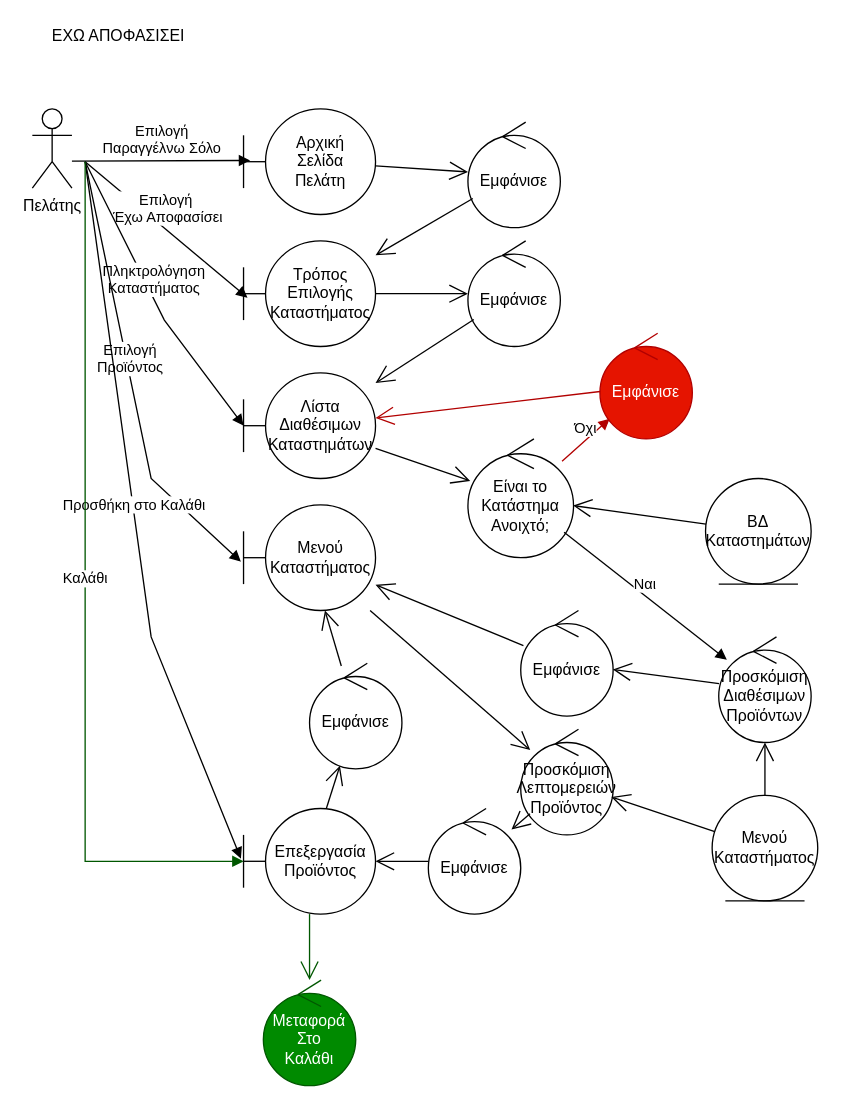
Before: docs/contributions/itsikelis/Phase 3/Robustness Diagrams v0.1/user-solo-decided.drawio in iloudaros/nomnomr, a draw.io diagram. Source tidied: cells renumbered, new cells numbered last; positions are measured from the earlier drawing's top-left corner, leaving out a move shared by most shapes. Both pictures are drawn from the tidied source at 132%, with x=0, y=0 at pixel (32, 22).
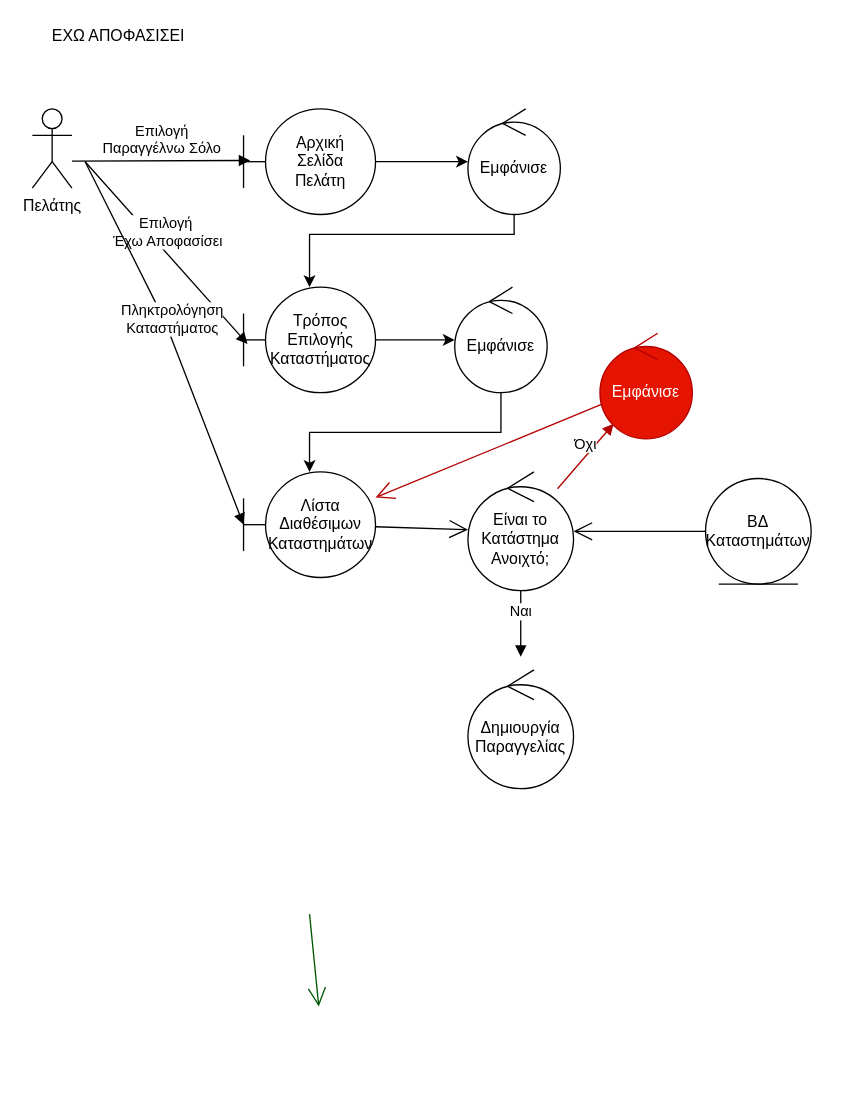
After the change.

Unchanged cells that the change refers to:
```xml
<mxCell id="3" value="Αρχική&lt;br&gt;Σελίδα&lt;br&gt;Πελάτη" style="shape=umlBoundary;whiteSpace=wrap;html=1;" parent="1" vertex="1">
  <mxGeometry x="160" y="65" width="100" height="80" as="geometry" />
</mxCell>
```

What changed in the source:
```diff
@@
+    <mxCell id="46" style="edgeStyle=orthogonalEdgeStyle;rounded=0;jettySize=auto;html=1;" parent="1" edge="1" source="3" target="48">
+      <mxGeometry relative="1" as="geometry" />
+    </mxCell>
@@
-    <mxCell id="5" value="Εμφάνισε" style="ellipse;shape=umlControl;whiteSpace=wrap;html=1;" parent="1" vertex="1">
-      <mxGeometry x="330" y="75" width="70" height="80" as="geometry" />
-    </mxCell>
+    <mxCell id="47" style="edgeStyle=orthogonalEdgeStyle;rounded=0;jettySize=auto;html=1;" parent="1" edge="1" source="48" target="6">
+      <mxGeometry relative="1" as="geometry">
+        <Array as="points">
+          <mxPoint x="365" y="160" />
+          <mxPoint x="210" y="160" />
+        </Array>
+      </mxGeometry>
+    </mxCell>
+    <mxCell id="48" value="Εμφάνισε" style="ellipse;shape=umlControl;whiteSpace=wrap;html=1;" parent="1" vertex="1">
+      <mxGeometry x="330" y="65" width="70" height="80" as="geometry" />
+    </mxCell>
+    <mxCell id="49" style="edgeStyle=orthogonalEdgeStyle;rounded=0;jettySize=auto;html=1;" parent="1" edge="1" source="6" target="51">
+      <mxGeometry relative="1" as="geometry" />
+    </mxCell>
     <mxCell id="6" value="Τρόπος&lt;br&gt;Επιλογής&lt;br&gt;Καταστήματος" style="shape=umlBoundary;whiteSpace=wrap;html=1;" parent="1" vertex="1">
-      <mxGeometry x="160" y="165" width="100" height="80" as="geometry" />
+      <mxGeometry x="160" y="200" width="100" height="80" as="geometry" />
     </mxCell>
-    <mxCell id="7" style="endArrow=open;endFill=1;endSize=12;html=1;rounded=0;" parent="1" edge="1" source="3" target="5">
-      <mxGeometry relative="1" as="geometry" />
-    </mxCell>
-    <mxCell id="8" style="endArrow=open;endFill=1;endSize=12;html=1;rounded=0;" parent="1" edge="1" source="5" target="6">
-      <mxGeometry relative="1" as="geometry" />
-    </mxCell>
@@
-    <mxCell id="10" value="Εμφάνισε" style="ellipse;shape=umlControl;whiteSpace=wrap;html=1;" parent="1" vertex="1">
-      <mxGeometry x="330" y="165" width="70" height="80" as="geometry" />
-    </mxCell>
+    <mxCell id="50" style="edgeStyle=orthogonalEdgeStyle;rounded=0;jettySize=auto;html=1;" parent="1" edge="1" source="51" target="11">
+      <mxGeometry relative="1" as="geometry">
+        <Array as="points">
+          <mxPoint x="355" y="310" />
+          <mxPoint x="210" y="310" />
+        </Array>
+      </mxGeometry>
+    </mxCell>
+    <mxCell id="51" value="Εμφάνισε" style="ellipse;shape=umlControl;whiteSpace=wrap;html=1;" parent="1" vertex="1">
+      <mxGeometry x="320" y="200" width="70" height="80" as="geometry" />
+    </mxCell>
     <mxCell id="11" value="Λίστα&lt;br&gt;Διαθέσιμων&lt;br&gt;Καταστημάτων" style="shape=umlBoundary;whiteSpace=wrap;html=1;" parent="1" vertex="1">
-      <mxGeometry x="160" y="265" width="100" height="80" as="geometry" />
+      <mxGeometry x="160" y="340" width="100" height="80" as="geometry" />
     </mxCell>
-    <mxCell id="12" style="endArrow=open;endFill=1;endSize=12;html=1;rounded=0;" parent="1" edge="1" source="6" target="10">
-      <mxGeometry relative="1" as="geometry" />
-    </mxCell>
-    <mxCell id="13" style="endArrow=open;endFill=1;endSize=12;html=1;rounded=0;" parent="1" edge="1" source="10" target="11">
-      <mxGeometry relative="1" as="geometry" />
-    </mxCell>
@@
     <mxCell id="15" value="Είναι το Κατάστημα Ανοιχτό;" style="ellipse;shape=umlControl;whiteSpace=wrap;html=1;" parent="1" vertex="1">
-      <mxGeometry x="330" y="315" width="80" height="90" as="geometry" />
+      <mxGeometry x="330" y="340" width="80" height="90" as="geometry" />
     </mxCell>
@@
-    <mxCell id="19" value="Ναι" style="html=1;verticalAlign=bottom;endArrow=block;rounded=0;" parent="1" edge="1" source="15" target="27">
-      <mxGeometry relative="1" as="geometry" />
+    <mxCell id="19" value="Ναι" style="html=1;verticalAlign=bottom;endArrow=block;rounded=0;" parent="1" edge="1" source="15">
+      <mxGeometry relative="1" as="geometry">
+        <mxPoint x="370" y="480" as="targetPoint" />
+      </mxGeometry>
     </mxCell>
@@
-    <mxCell id="21" value="Εμφάνισε" style="ellipse;shape=umlControl;whiteSpace=wrap;html=1;" parent="1" vertex="1">
-      <mxGeometry x="370" y="445" width="70" height="80" as="geometry" />
-    </mxCell>
@@
-    <mxCell id="23" value="Μενού&lt;br&gt;Καταστήματος" style="shape=umlBoundary;whiteSpace=wrap;html=1;" parent="1" vertex="1">
-      <mxGeometry x="160" y="365" width="100" height="80" as="geometry" />
-    </mxCell>
@@
-    <mxCell id="25" style="endArrow=open;endFill=1;endSize=12;html=1;rounded=0;" parent="1" edge="1" source="21" target="23">
-      <mxGeometry relative="1" as="geometry" />
-    </mxCell>
-    <mxCell id="26" value="Επιλογή &lt;br&gt;Προϊόντος" style="html=1;verticalAlign=bottom;endArrow=block;rounded=0;entryX=-0.02;entryY=0.538;entryDx=0;entryDy=0;entryPerimeter=0;" parent="1" edge="1" target="23">
-      <mxGeometry relative="1" as="geometry">
-        <mxPoint x="40" y="105" as="sourcePoint" />
-        <Array as="points">
-          <mxPoint x="90" y="345" />
-        </Array>
-      </mxGeometry>
-    </mxCell>
-    <mxCell id="27" value="Προσκόμιση&lt;br&gt;Διαθέσιμων&lt;br&gt;Προϊόντων" style="ellipse;shape=umlControl;whiteSpace=wrap;html=1;" parent="1" vertex="1">
-      <mxGeometry x="520" y="465" width="70" height="80" as="geometry" />
-    </mxCell>
-    <mxCell id="28" style="endArrow=open;endFill=1;endSize=12;html=1;rounded=0;" parent="1" edge="1" source="32" target="27">
-      <mxGeometry relative="1" as="geometry" />
-    </mxCell>
-    <mxCell id="29" style="endArrow=open;endFill=1;endSize=12;html=1;rounded=0;" parent="1" edge="1" source="27" target="21">
-      <mxGeometry relative="1" as="geometry" />
-    </mxCell>
-    <mxCell id="30" value="Επεξεργασία&lt;br&gt;Προϊόντος" style="shape=umlBoundary;whiteSpace=wrap;html=1;" parent="1" vertex="1">
-      <mxGeometry x="160" y="595" width="100" height="80" as="geometry" />
-    </mxCell>
-    <mxCell id="31" style="endArrow=open;endFill=1;endSize=12;html=1;rounded=0;" parent="1" edge="1" source="23" target="33">
-      <mxGeometry relative="1" as="geometry" />
-    </mxCell>
-    <mxCell id="32" value="Μενού&lt;br&gt;Καταστήματος" style="ellipse;shape=umlEntity;whiteSpace=wrap;html=1;" parent="1" vertex="1">
-      <mxGeometry x="515" y="585" width="80" height="80" as="geometry" />
-    </mxCell>
-    <mxCell id="33" value="Προσκόμιση&lt;br&gt;Λεπτομερειών&lt;br&gt;Προϊόντος" style="ellipse;shape=umlControl;whiteSpace=wrap;html=1;" parent="1" vertex="1">
-      <mxGeometry x="370" y="535" width="70" height="80" as="geometry" />
-    </mxCell>
-    <mxCell id="34" style="endArrow=open;endFill=1;endSize=12;html=1;rounded=0;" parent="1" edge="1" source="32" target="33">
-      <mxGeometry relative="1" as="geometry" />
-    </mxCell>
-    <mxCell id="35" value="Εμφάνισε" style="ellipse;shape=umlControl;whiteSpace=wrap;html=1;" parent="1" vertex="1">
-      <mxGeometry x="300" y="595" width="70" height="80" as="geometry" />
-    </mxCell>
-    <mxCell id="36" style="endArrow=open;endFill=1;endSize=12;html=1;rounded=0;" parent="1" edge="1" source="33" target="35">
-      <mxGeometry relative="1" as="geometry" />
-    </mxCell>
-    <mxCell id="37" style="endArrow=open;endFill=1;endSize=12;html=1;rounded=0;" parent="1" edge="1" source="35" target="30">
-      <mxGeometry relative="1" as="geometry" />
-    </mxCell>
-    <mxCell id="38" value="Προσθήκη στο Καλάθι" style="html=1;verticalAlign=bottom;endArrow=block;rounded=0;entryX=-0.02;entryY=0.475;entryDx=0;entryDy=0;entryPerimeter=0;" parent="1" edge="1" target="30">
-      <mxGeometry relative="1" as="geometry">
-        <mxPoint x="40" y="105" as="sourcePoint" />
-        <Array as="points">
-          <mxPoint x="90" y="465" />
-        </Array>
-      </mxGeometry>
-    </mxCell>
-    <mxCell id="39" value="Εμφάνισε" style="ellipse;shape=umlControl;whiteSpace=wrap;html=1;" parent="1" vertex="1">
-      <mxGeometry x="210" y="485" width="70" height="80" as="geometry" />
-    </mxCell>
-    <mxCell id="40" style="endArrow=open;endFill=1;endSize=12;html=1;rounded=0;" parent="1" edge="1" source="30" target="39">
-      <mxGeometry relative="1" as="geometry" />
-    </mxCell>
-    <mxCell id="41" style="endArrow=open;endFill=1;endSize=12;html=1;rounded=0;" parent="1" edge="1" source="39" target="23">
-      <mxGeometry relative="1" as="geometry" />
-    </mxCell>
-    <mxCell id="42" value="Καλάθι" style="html=1;verticalAlign=bottom;endArrow=block;rounded=0;fillColor=#008a00;strokeColor=#005700;" parent="1" edge="1" target="30">
-      <mxGeometry relative="1" as="geometry">
-        <mxPoint x="40" y="105" as="sourcePoint" />
-        <Array as="points">
-          <mxPoint x="40" y="635" />
-        </Array>
-      </mxGeometry>
-    </mxCell>
-    <mxCell id="43" style="endArrow=open;endFill=1;endSize=12;html=1;rounded=0;fillColor=#008a00;strokeColor=#005700;" parent="1" edge="1" source="30" target="44">
-      <mxGeometry relative="1" as="geometry" />
-    </mxCell>
-    <mxCell id="44" value="Μεταφορά&lt;br&gt;Στο&lt;br&gt;Καλάθι" style="ellipse;shape=umlControl;whiteSpace=wrap;html=1;fillColor=#008a00;fontColor=#ffffff;strokeColor=#005700;" parent="1" vertex="1">
-      <mxGeometry x="175" y="725" width="70" height="80" as="geometry" />
-    </mxCell>
+    <mxCell id="52" style="endArrow=open;endFill=1;endSize=12;html=1;rounded=0;fillColor=#008a00;strokeColor=#005700;" parent="1" edge="1">
+      <mxGeometry relative="1" as="geometry">
+        <mxPoint x="210" y="675" as="sourcePoint" />
+        <mxPoint x="217" y="745" as="targetPoint" />
+      </mxGeometry>
+    </mxCell>
@@
+    <mxCell id="53" value="Δημιουργία&lt;br&gt;Παραγγελίας" style="ellipse;shape=umlControl;whiteSpace=wrap;html=1;" parent="1" vertex="1">
+      <mxGeometry x="330" y="490" width="80" height="90" as="geometry" />
+    </mxCell>
```
